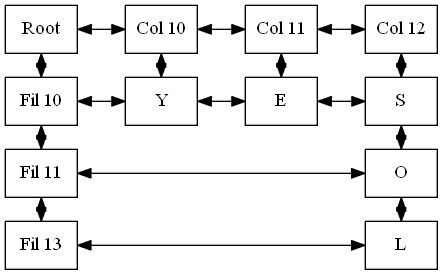
Earlier version of the Graphviz export Matriz.png (RoberttHernan/EDD_1S2020_PY1_201700870). Its source is kept beside it as Matriz.dot. The source it was exported from:
```dot
digraph {
 node [shape = rectangle];
 rankdir=LR;
 noder[label ="Root" group = -1];
nodeCol_10[label="Col 10" group = -1];
nodeCol_11[label="Col 11" group = -1];
nodeCol_12[label="Col 12" group = -1];
nodeFil_10[label="Fil 10" group =10];
node10_10[label ="Y" group =10];
node11_10[label ="E" group =10];
node12_10[label ="S" group =10];
nodeFil_11[label="Fil 11" group =11];
node12_11[label ="O" group =11];
nodeFil_13[label="Fil 13" group =13];
node12_13[label ="L" group =13];

noder->nodeCol_10->nodeCol_11->nodeCol_12[dir =both];
nodeFil_10->node10_10->node11_10->node12_10[dir =both];
nodeFil_11->node12_11[dir =both];
nodeFil_13->node12_13[dir =both];

noder->nodeFil_10->nodeFil_11->nodeFil_13[dir =both];
nodeCol_10->node10_10[dir =both];
nodeCol_11->node11_10[dir =both];
nodeCol_12->node12_10->node12_11->node12_13[dir =both];

{rank=same noder,nodeFil_10,nodeFil_11,nodeFil_13}
{rank = same nodeCol_10,node10_10}
{rank = same nodeCol_11,node11_10}
{rank = same nodeCol_12,node12_10,node12_11,node12_13}

 }
```
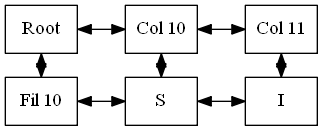
The same file after the commit.

The edit, as a diff of the source:
```diff
@@ -4,29 +4,19 @@
  noder[label ="Root" group = -1];
 nodeCol_10[label="Col 10" group = -1];
 nodeCol_11[label="Col 11" group = -1];
-nodeCol_12[label="Col 12" group = -1];
 nodeFil_10[label="Fil 10" group =10];
-node10_10[label ="Y" group =10];
-node11_10[label ="E" group =10];
-node12_10[label ="S" group =10];
-nodeFil_11[label="Fil 11" group =11];
-node12_11[label ="O" group =11];
-nodeFil_13[label="Fil 13" group =13];
-node12_13[label ="L" group =13];
+node10_10[label ="S" group =10];
+node11_10[label ="I" group =10];
 
-noder->nodeCol_10->nodeCol_11->nodeCol_12[dir =both];
-nodeFil_10->node10_10->node11_10->node12_10[dir =both];
-nodeFil_11->node12_11[dir =both];
-nodeFil_13->node12_13[dir =both];
+noder->nodeCol_10->nodeCol_11[dir =both];
+nodeFil_10->node10_10->node11_10[dir =both];
 
-noder->nodeFil_10->nodeFil_11->nodeFil_13[dir =both];
+noder->nodeFil_10[dir =both];
 nodeCol_10->node10_10[dir =both];
 nodeCol_11->node11_10[dir =both];
-nodeCol_12->node12_10->node12_11->node12_13[dir =both];
 
-{rank=same noder,nodeFil_10,nodeFil_11,nodeFil_13}
+{rank=same noder,nodeFil_10}
 {rank = same nodeCol_10,node10_10}
 {rank = same nodeCol_11,node11_10}
-{rank = same nodeCol_12,node12_10,node12_11,node12_13}
 
  }
```
